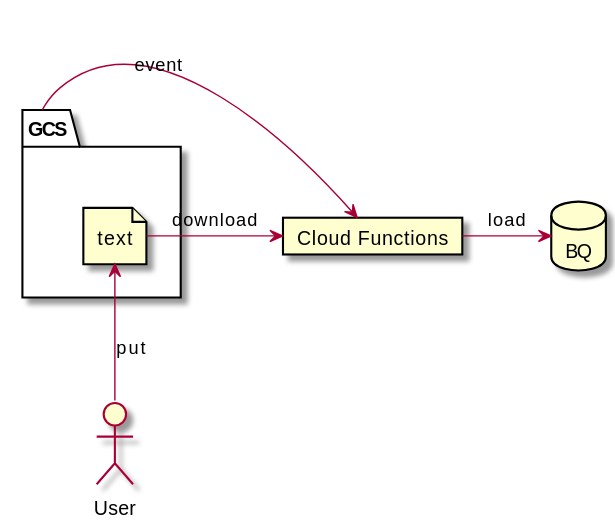
Above: image.svg in yomon8/google-serverless-framework-sample (PlantUML), before the change.
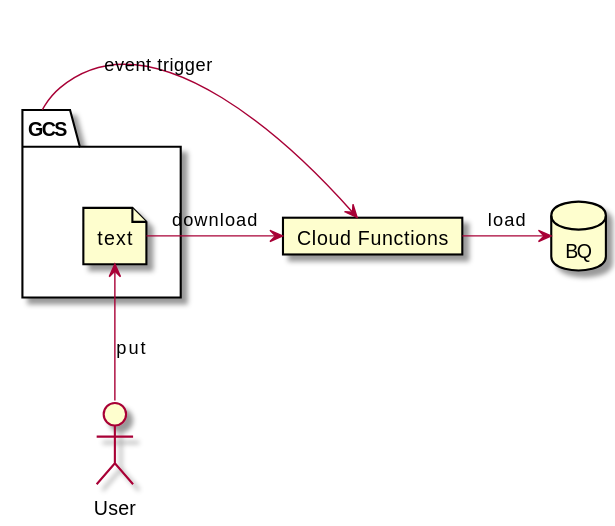
After the change.

The edit, as a diff of the source:
```diff
@@ -9,7 +9,7 @@
 
 
 user -up-> text : put
-gcs -> cf : event
+gcs -> cf : event trigger
 text -> cf : download
 cf -> bq : load
 @enduml
```
